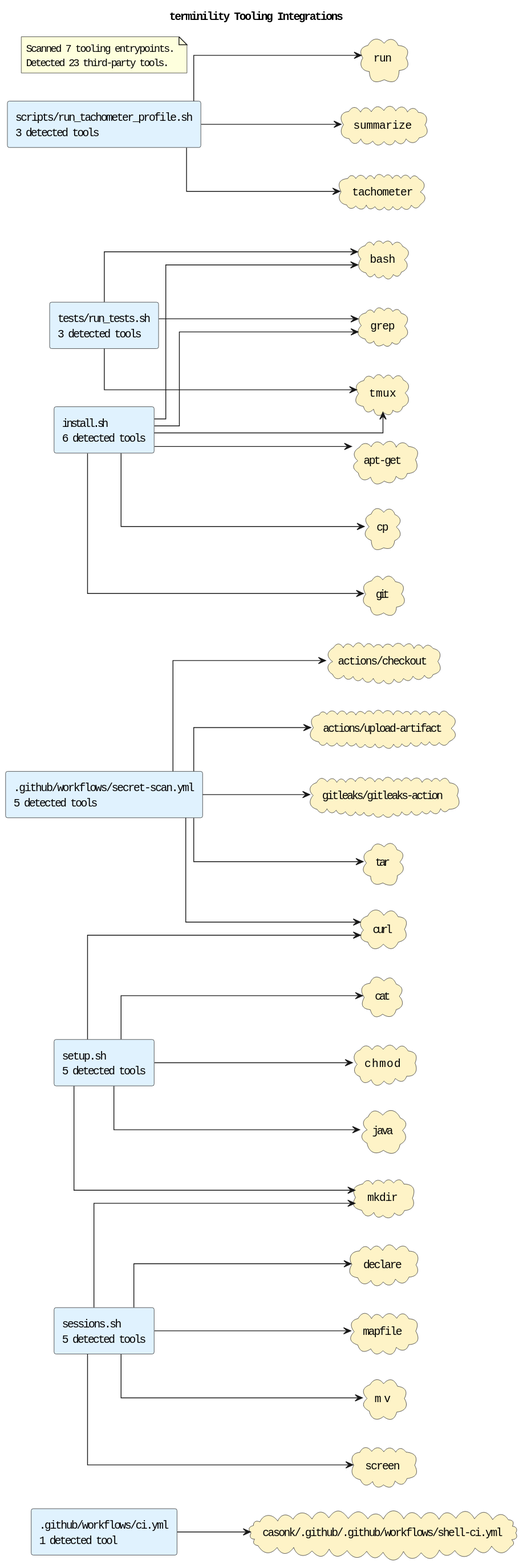
The PlantUML diagram docs/diagrams/tooling-integrations.puml.svg in casonk/terminility, before a commit.
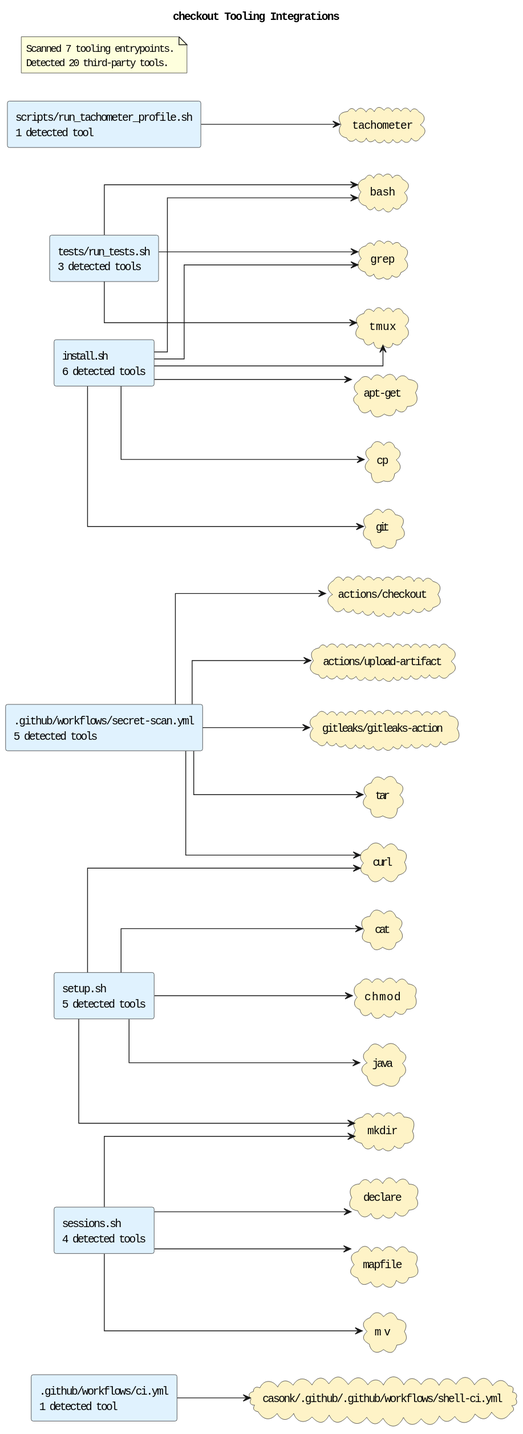
Above is the later version.

The edit, as a diff of the source:
```diff
@@ -1,5 +1,5 @@
 @startuml
-title terminility Tooling Integrations
+title checkout Tooling Integrations
 left to right direction
 skinparam shadowing false
 skinparam defaultFontName Monospace
@@ -8,8 +8,8 @@
 rectangle ".github/workflows/ci.yml\n1 detected tool" as source_github_workflows_ci_yml #E0F2FE
 rectangle ".github/workflows/secret-scan.yml\n5 detected tools" as source_github_workflows_secret_scan_yml #E0F2FE
 rectangle "install.sh\n6 detected tools" as source_install_sh #E0F2FE
-rectangle "scripts/run_tachometer_profile.sh\n3 detected tools" as source_scripts_run_tachometer_profile_sh #E0F2FE
-rectangle "sessions.sh\n5 detected tools" as source_sessions_sh #E0F2FE
+rectangle "scripts/run_tachometer_profile.sh\n1 detected tool" as source_scripts_run_tachometer_profile_sh #E0F2FE
+rectangle "sessions.sh\n4 detected tools" as source_sessions_sh #E0F2FE
 rectangle "setup.sh\n5 detected tools" as source_setup_sh #E0F2FE
 rectangle "tests/run_tests.sh\n3 detected tools" as source_tests_run_tests_sh #E0F2FE
 cloud "actions/checkout" as tool_actions_checkout #FEF3C7
@@ -29,9 +29,6 @@
 cloud "mapfile" as tool_mapfile #FEF3C7
 cloud "mkdir" as tool_mkdir #FEF3C7
 cloud "mv" as tool_mv #FEF3C7
-cloud "run" as tool_run #FEF3C7
-cloud "screen" as tool_screen #FEF3C7
-cloud "summarize" as tool_summarize #FEF3C7
 cloud "tachometer" as tool_tachometer #FEF3C7
 cloud "tar" as tool_tar #FEF3C7
 cloud "tmux" as tool_tmux #FEF3C7
@@ -47,14 +44,11 @@
 source_install_sh --> tool_git
 source_install_sh --> tool_grep
 source_install_sh --> tool_tmux
-source_scripts_run_tachometer_profile_sh --> tool_run
-source_scripts_run_tachometer_profile_sh --> tool_summarize
 source_scripts_run_tachometer_profile_sh --> tool_tachometer
 source_sessions_sh --> tool_declare
 source_sessions_sh --> tool_mapfile
 source_sessions_sh --> tool_mkdir
 source_sessions_sh --> tool_mv
-source_sessions_sh --> tool_screen
 source_setup_sh --> tool_cat
 source_setup_sh --> tool_chmod
 source_setup_sh --> tool_curl
@@ -65,6 +59,6 @@
 source_tests_run_tests_sh --> tool_tmux
 note as toolingGraphSummary
 Scanned 7 tooling entrypoints.
-Detected 23 third-party tools.
+Detected 20 third-party tools.
 end note
 @enduml
```
